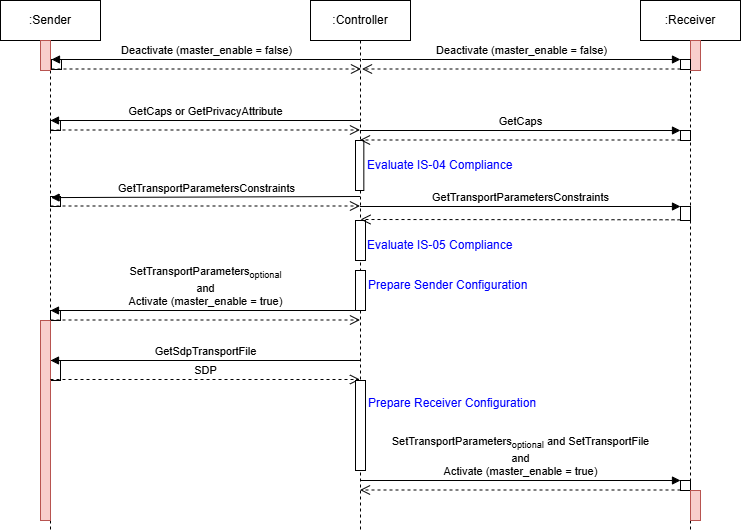
This is docs/images/Sequence-General.png from AMWA-TV/bcp-005-03, a draw.io export, as it was before one commit. Source tidied: cells renumbered, new cells last; positions are measured from the earlier drawing's top-left corner, leaving out a move shared by most shapes.
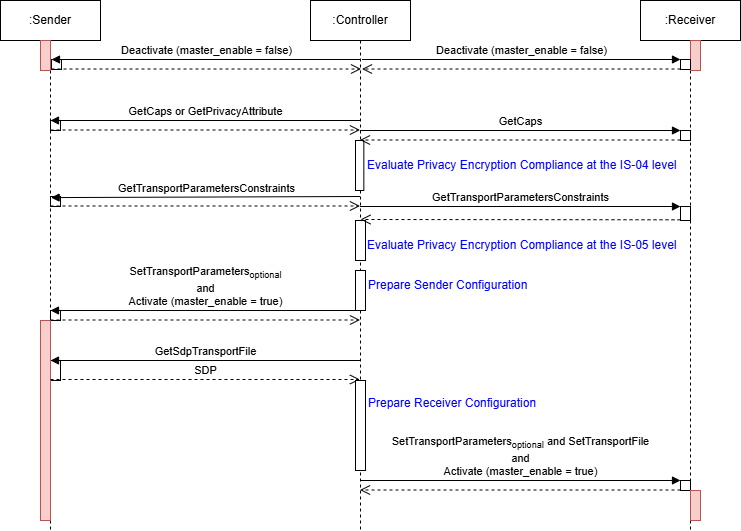
The same diagram one commit later.

What changed in the source:
```diff
@@ -93,11 +93,11 @@
         <mxPoint x="360" y="219" as="targetPoint" />
       </mxGeometry>
     </mxCell>
-    <mxCell id="27" value="&lt;font color=&quot;#0000ff&quot;&gt;Evaluate IS-04 Compliance&lt;/font&gt;" style="text;html=1;strokeColor=none;fillColor=none;align=left;verticalAlign=middle;whiteSpace=wrap;rounded=0;" parent="1" vertex="1">
-      <mxGeometry x="365" y="150" width="160" height="30" as="geometry" />
+    <mxCell id="27" value="&lt;font color=&quot;#0000ff&quot;&gt;Evaluate Privacy Encryption Compliance at the IS-04 level&lt;/font&gt;" style="text;html=1;strokeColor=none;fillColor=none;align=left;verticalAlign=middle;whiteSpace=wrap;rounded=0;" parent="1" vertex="1">
+      <mxGeometry x="365" y="150" width="325" height="30" as="geometry" />
     </mxCell>
-    <mxCell id="28" value="&lt;font color=&quot;#0000ff&quot;&gt;Evaluate IS-05 Compliance&lt;/font&gt;" style="text;html=1;strokeColor=none;fillColor=none;align=left;verticalAlign=middle;whiteSpace=wrap;rounded=0;" parent="1" vertex="1">
-      <mxGeometry x="365" y="230" width="160" height="30" as="geometry" />
+    <mxCell id="28" value="&lt;span style=&quot;color: rgb(0 , 0 , 255)&quot;&gt;Evaluate Privacy Encryption Compliance at the IS-05 level&lt;/span&gt;" style="text;html=1;strokeColor=none;fillColor=none;align=left;verticalAlign=middle;whiteSpace=wrap;rounded=0;" parent="1" vertex="1">
+      <mxGeometry x="365" y="230" width="325" height="30" as="geometry" />
     </mxCell>
     <mxCell id="29" value="&lt;font color=&quot;#0000ff&quot;&gt;Prepare Sender Configuration&lt;/font&gt;" style="text;html=1;strokeColor=none;fillColor=none;align=left;verticalAlign=middle;whiteSpace=wrap;rounded=0;" parent="1" vertex="1">
       <mxGeometry x="366" y="270" width="169" height="30" as="geometry" />
```
